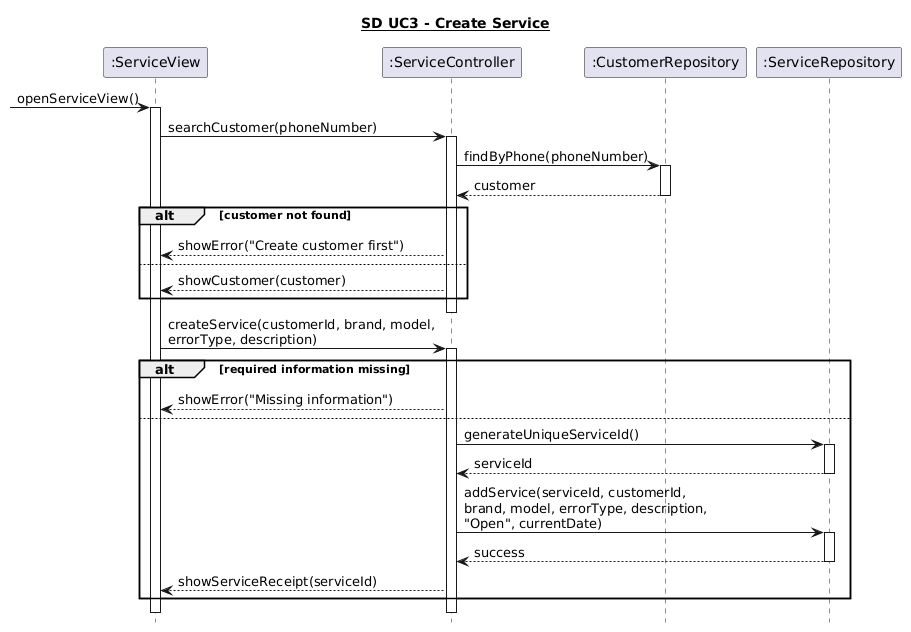
Before: 6. Sekvensdiagrammer/UC3_opret_service.png, a diagram exported from PlantUML (Zoabz/Getting-Real).
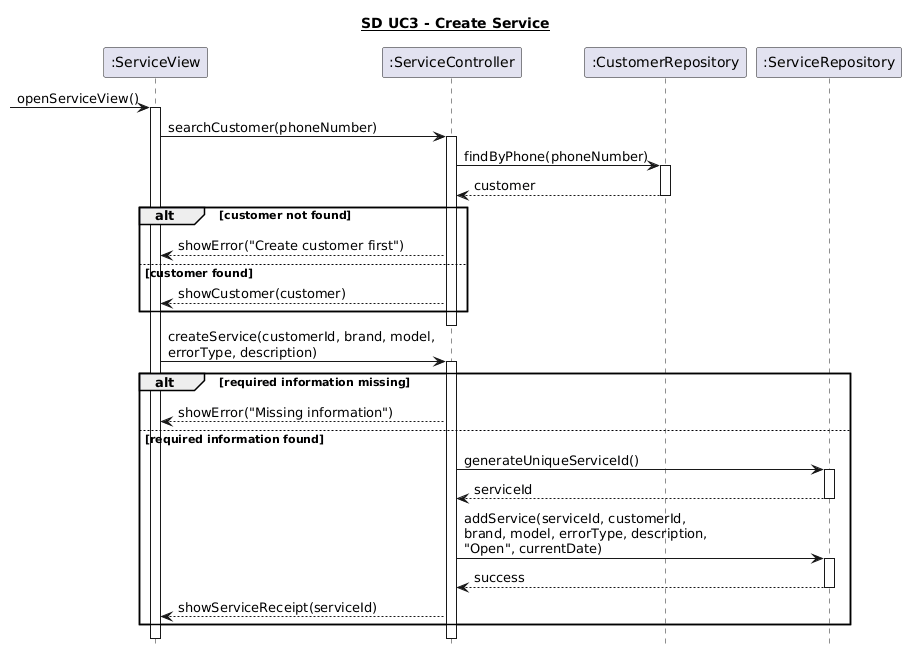
Above is the later version.

Diff of the diagram source:
```diff
@@ -20,7 +20,7 @@
 
 alt customer not found
     Controller --> View : showError("Create customer first")
-else
+else customer found
     Controller --> View : showCustomer(customer)
 end
 
@@ -32,7 +32,7 @@
 alt required information missing
     Controller --> View : showError("Missing information")
 
-else
+else required information found
     Controller -> Services : generateUniqueServiceId()
     activate Services
     Services --> Controller : serviceId
```
